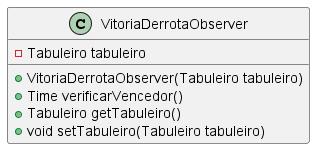
This is out/DiagramasIMG/estruturaVitoriaDerrotaObserver.png from 20242-ifba-saj-ads-ppr/framework-equipe5, a PlantUML export, as it was before one commit. Source of this version:
```plantuml
@startuml
skinparam linetype ortho

class VitoriaDerrotaObserver {
    - Tabuleiro tabuleiro
    + VitoriaDerrotaObserver(Tabuleiro tabuleiro)
    + Time verificarVencedor()
    + Tabuleiro getTabuleiro()
    + void setTabuleiro(Tabuleiro tabuleiro)
}

@enduml
```
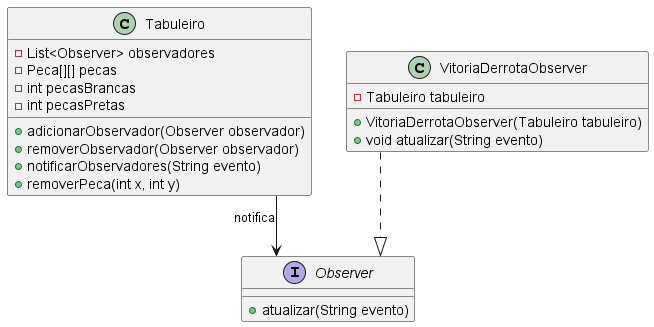
Above is the later version.

Diff of the diagram source:
```diff
@@ -1,12 +1,27 @@
 @startuml
 skinparam linetype ortho
+
+interface Observer {
+    + atualizar(String evento)
+}
+
+class Tabuleiro {
+    - List<Observer> observadores
+    - Peca[][] pecas
+    - int pecasBrancas
+    - int pecasPretas
+    + adicionarObservador(Observer observador)
+    + removerObservador(Observer observador)
+    + notificarObservadores(String evento)
+    + removerPeca(int x, int y)
+}
 
 class VitoriaDerrotaObserver {
     - Tabuleiro tabuleiro
     + VitoriaDerrotaObserver(Tabuleiro tabuleiro)
-    + Time verificarVencedor()
-    + Tabuleiro getTabuleiro()
-    + void setTabuleiro(Tabuleiro tabuleiro)
+    + void atualizar(String evento)
 }
 
+Tabuleiro --> Observer : notifica
+VitoriaDerrotaObserver ..|> Observer
 @enduml
```
